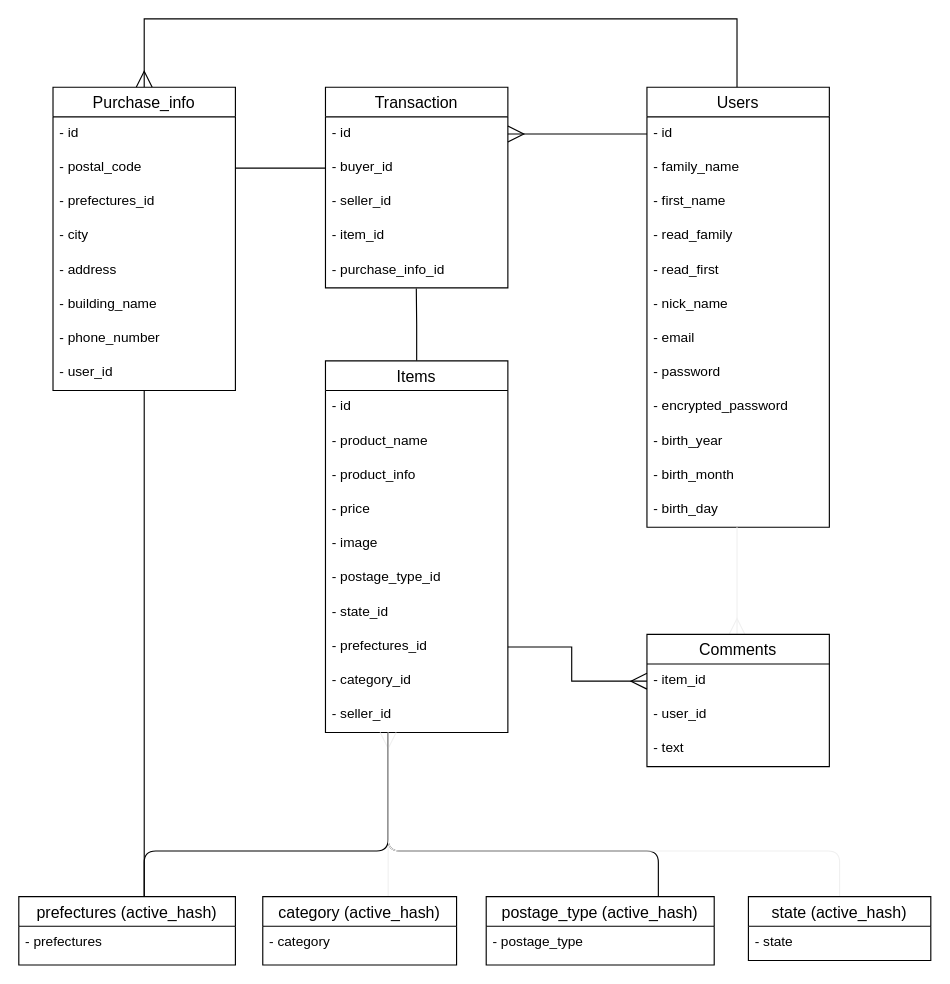
Before: erd.dio in syunryokei/furima-35656, a draw.io diagram. Source tidied: cells renumbered, new cells numbered last; positions are measured from the earlier drawing's top-left corner, leaving out a move shared by most shapes. Both pictures are drawn from the tidied source at 114%, with x=0, y=0 at pixel (18, 18).
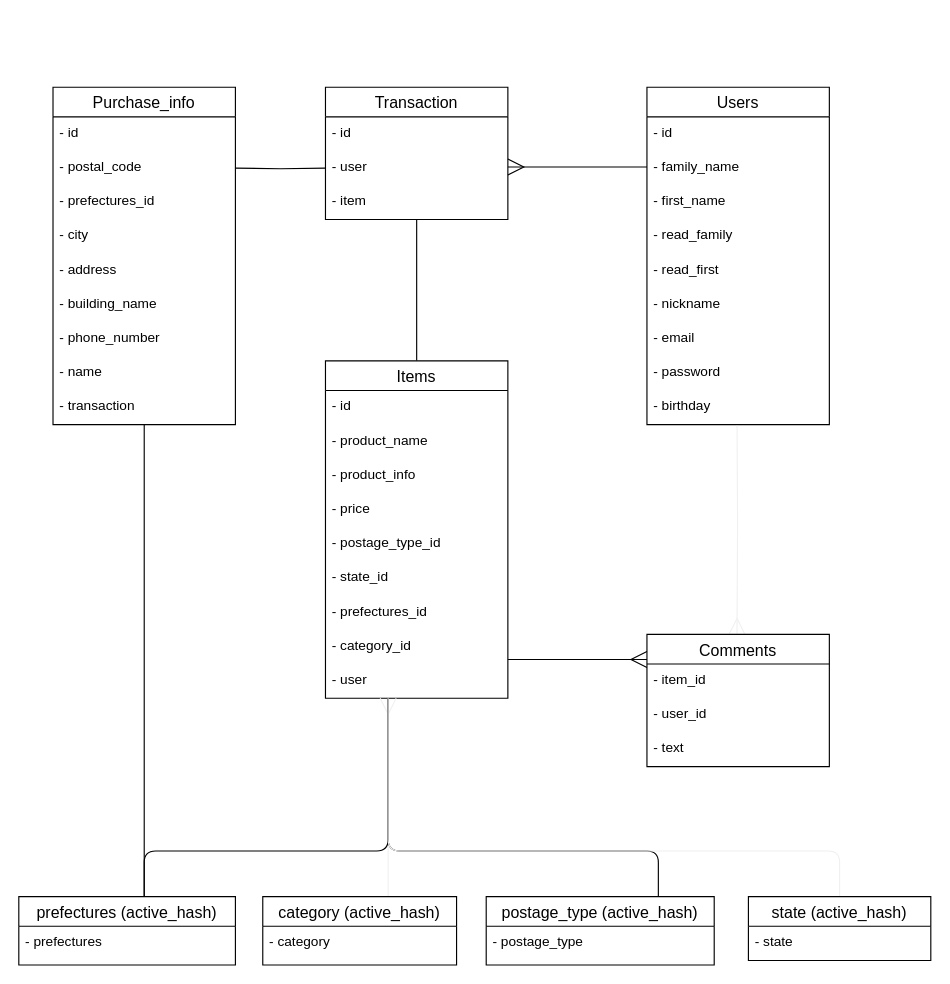
Above is the later version.

Commit message (it also covers changes not shown here):
READMEとER図の修正２

Unchanged cells that the change refers to:
```xml
<mxCell id="4" value="- id" style="text;strokeColor=none;fillColor=none;spacingLeft=4;spacingRight=4;overflow=hidden;points=[[0,0.5],[1,0.5]];portConstraint=eastwest;fontSize=12;" parent="3" vertex="1">
  <mxGeometry y="26" width="160" height="30" as="geometry" />
</mxCell>
<mxCell id="38" value="- id" style="text;strokeColor=none;fillColor=none;spacingLeft=4;spacingRight=4;overflow=hidden;points=[[0,0.5],[1,0.5]];portConstraint=eastwest;fontSize=12;" parent="37" vertex="1">
  <mxGeometry y="26" width="160" height="30" as="geometry" />
</mxCell>
<mxCell id="45" value="- item_id" style="text;strokeColor=none;fillColor=none;spacingLeft=4;spacingRight=4;overflow=hidden;points=[[0,0.5],[1,0.5]];portConstraint=eastwest;fontSize=12;" parent="44" vertex="1">
  <mxGeometry y="26" width="160" height="30" as="geometry" />
</mxCell>
<mxCell id="54" value="- postal_code" style="text;strokeColor=none;fillColor=none;spacingLeft=4;spacingRight=4;overflow=hidden;points=[[0,0.5],[1,0.5]];portConstraint=eastwest;fontSize=12;" parent="52" vertex="1">
  <mxGeometry y="56" width="160" height="30" as="geometry" />
</mxCell>
```

Diff of the diagram source:
```diff
@@
-    <mxCell id="2" style="edgeStyle=orthogonalEdgeStyle;rounded=0;jettySize=auto;html=1;endArrow=ERmany;endFill=0;entryX=0.5;entryY=0;entryDx=0;entryDy=0;endSize=12;" parent="1" edge="1" source="3" target="52">
-      <mxGeometry relative="1" as="geometry">
-        <Array as="points">
-          <mxPoint x="630" />
-          <mxPoint x="110" />
-        </Array>
-      </mxGeometry>
-    </mxCell>
     <mxCell id="3" value="Users" style="swimlane;fontStyle=0;horizontal=1;startSize=26;align=center;fontSize=14;direction=east;" parent="1" vertex="1">
-      <mxGeometry x="551" y="60" width="160" height="386" as="geometry" />
+      <mxGeometry x="551" y="60" width="160" height="296" as="geometry" />
     </mxCell>
@@
-    <mxCell id="9" value="- nick_name" style="text;strokeColor=none;fillColor=none;spacingLeft=4;spacingRight=4;overflow=hidden;fontSize=12;" parent="3" vertex="1">
+    <mxCell id="9" value="- nickname" style="text;strokeColor=none;fillColor=none;spacingLeft=4;spacingRight=4;overflow=hidden;fontSize=12;" parent="3" vertex="1">
       <mxGeometry y="176" width="160" height="30" as="geometry" />
     </mxCell>
@@
-    <mxCell id="12" value="- encrypted_password" style="text;strokeColor=none;fillColor=none;spacingLeft=4;spacingRight=4;overflow=hidden;fontSize=12;" parent="3" vertex="1">
-      <mxGeometry y="266" width="160" height="30" as="geometry" />
-    </mxCell>
-    <mxCell id="13" value="- birth_year" style="text;strokeColor=none;fillColor=none;spacingLeft=4;spacingRight=4;overflow=hidden;fontSize=12;" parent="3" vertex="1">
-      <mxGeometry y="296" width="160" height="30" as="geometry" />
-    </mxCell>
-    <mxCell id="14" value="- birth_month" style="text;strokeColor=none;fillColor=none;spacingLeft=4;spacingRight=4;overflow=hidden;fontSize=12;" parent="3" vertex="1">
-      <mxGeometry y="326" width="160" height="30" as="geometry" />
-    </mxCell>
-    <mxCell id="15" value="- birth_day" style="text;strokeColor=none;fillColor=none;spacingLeft=4;spacingRight=4;overflow=hidden;points=[[0,0.5],[1,0.5]];portConstraint=eastwest;fontSize=12;" parent="3" vertex="1">
-      <mxGeometry y="356" width="160" height="30" as="geometry" />
+    <mxCell id="15" value="- birthday" style="text;strokeColor=none;fillColor=none;spacingLeft=4;spacingRight=4;overflow=hidden;points=[[0,0.5],[1,0.5]];portConstraint=eastwest;fontSize=12;" parent="3" vertex="1">
+      <mxGeometry y="266" width="160" height="30" as="geometry" />
     </mxCell>
-    <mxCell id="16" style="edgeStyle=orthogonalEdgeStyle;rounded=0;jettySize=auto;html=1;entryX=0.498;entryY=1.022;entryDx=0;entryDy=0;entryPerimeter=0;endArrow=none;endFill=0;" parent="1" edge="1" source="17" target="42">
-      <mxGeometry relative="1" as="geometry" />
+    <mxCell id="16" style="edgeStyle=orthogonalEdgeStyle;rounded=0;orthogonalLoop=1;jettySize=auto;html=1;entryX=0.494;entryY=1;entryDx=0;entryDy=0;entryPerimeter=0;endArrow=none;endFill=0;" parent="1" edge="1">
+      <mxGeometry relative="1" as="geometry">
+        <mxPoint x="349" y="300" as="sourcePoint" />
+        <mxPoint x="349" y="176" as="targetPoint" />
+        <Array as="points">
+          <mxPoint x="349" y="270" />
+          <mxPoint x="349" y="270" />
+        </Array>
+      </mxGeometry>
     </mxCell>
     <mxCell id="17" value="Items" style="swimlane;fontStyle=0;horizontal=1;startSize=26;align=center;fontSize=14;" parent="1" vertex="1">
-      <mxGeometry x="269" y="300" width="160" height="326" as="geometry" />
+      <mxGeometry x="269" y="300" width="160" height="296" as="geometry" />
     </mxCell>
@@
-    <mxCell id="22" value="- image" style="text;strokeColor=none;fillColor=none;spacingLeft=4;spacingRight=4;overflow=hidden;fontSize=12;" parent="17" vertex="1">
-      <mxGeometry y="146" width="160" height="30" as="geometry" />
-    </mxCell>
     <mxCell id="23" value="- postage_type_id" style="text;strokeColor=none;fillColor=none;spacingLeft=4;spacingRight=4;overflow=hidden;fontSize=12;" parent="17" vertex="1">
-      <mxGeometry y="176" width="160" height="30" as="geometry" />
+      <mxGeometry y="146" width="160" height="30" as="geometry" />
     </mxCell>
     <mxCell id="24" value="- state_id" style="text;strokeColor=none;fillColor=none;spacingLeft=4;spacingRight=4;overflow=hidden;fontSize=12;" parent="17" vertex="1">
-      <mxGeometry y="206" width="160" height="30" as="geometry" />
+      <mxGeometry y="176" width="160" height="30" as="geometry" />
     </mxCell>
     <mxCell id="25" value="- prefectures_id" style="text;strokeColor=none;fillColor=none;spacingLeft=4;spacingRight=4;overflow=hidden;points=[[0,0.5],[1,0.5]];portConstraint=eastwest;fontSize=12;" parent="17" vertex="1">
-      <mxGeometry y="236" width="160" height="30" as="geometry" />
+      <mxGeometry y="206" width="160" height="30" as="geometry" />
     </mxCell>
     <mxCell id="26" value="- category_id" style="text;strokeColor=none;fillColor=none;spacingLeft=4;spacingRight=4;overflow=hidden;fontSize=12;" parent="17" vertex="1">
-      <mxGeometry y="266" width="160" height="30" as="geometry" />
+      <mxGeometry y="236" width="160" height="30" as="geometry" />
     </mxCell>
-    <mxCell id="27" value="- seller_id" style="text;strokeColor=none;fillColor=none;spacingLeft=4;spacingRight=4;overflow=hidden;points=[[0,0.5],[1,0.5]];portConstraint=eastwest;fontSize=12;" parent="17" vertex="1">
-      <mxGeometry y="296" width="160" height="30" as="geometry" />
+    <mxCell id="27" value="- user" style="text;strokeColor=none;fillColor=none;spacingLeft=4;spacingRight=4;overflow=hidden;points=[[0,0.5],[1,0.5]];portConstraint=eastwest;fontSize=12;" parent="17" vertex="1">
+      <mxGeometry y="266" width="160" height="30" as="geometry" />
     </mxCell>
@@
     <mxCell id="37" value="Transaction" style="swimlane;fontStyle=0;horizontal=1;startSize=26;align=center;fontSize=14;" parent="1" vertex="1">
-      <mxGeometry x="269" y="60" width="160" height="176" as="geometry" />
+      <mxGeometry x="269" y="60" width="160" height="116" as="geometry" />
     </mxCell>
@@
-    <mxCell id="39" value="- buyer_id" style="text;strokeColor=none;fillColor=none;spacingLeft=4;spacingRight=4;overflow=hidden;points=[[0,0.5],[1,0.5]];portConstraint=eastwest;fontSize=12;" parent="37" vertex="1">
-      <mxGeometry y="56" width="160" height="30" as="geometry" />
-    </mxCell>
-    <mxCell id="40" value="- seller_id" style="text;strokeColor=none;fillColor=none;spacingLeft=4;spacingRight=4;overflow=hidden;fontSize=12;" parent="37" vertex="1">
-      <mxGeometry y="86" width="160" height="30" as="geometry" />
+    <mxCell id="40" value="- user" style="text;strokeColor=none;fillColor=none;spacingLeft=4;spacingRight=4;overflow=hidden;fontSize=12;" parent="37" vertex="1">
+      <mxGeometry y="56" width="160" height="30" as="geometry" />
     </mxCell>
-    <mxCell id="41" value="- item_id" style="text;strokeColor=none;fillColor=none;spacingLeft=4;spacingRight=4;overflow=hidden;fontSize=12;" parent="37" vertex="1">
-      <mxGeometry y="116" width="160" height="30" as="geometry" />
+    <mxCell id="41" value="- item" style="text;strokeColor=none;fillColor=none;spacingLeft=4;spacingRight=4;overflow=hidden;fontSize=12;" parent="37" vertex="1">
+      <mxGeometry y="86" width="160" height="30" as="geometry" />
     </mxCell>
-    <mxCell id="42" value="- purchase_info_id" style="text;strokeColor=none;fillColor=none;spacingLeft=4;spacingRight=4;overflow=hidden;points=[[0,0.5],[1,0.5]];portConstraint=eastwest;fontSize=12;" parent="37" vertex="1">
-      <mxGeometry y="146" width="160" height="30" as="geometry" />
-    </mxCell>
-    <mxCell id="43" style="edgeStyle=orthogonalEdgeStyle;rounded=1;jumpSize=6;orthogonalLoop=1;jettySize=auto;html=1;startArrow=ERmany;startFill=0;endArrow=none;endFill=0;startSize=12;endSize=12;strokeColor=#f0f0f0;entryX=0.831;entryY=1;entryDx=0;entryDy=0;entryPerimeter=0;" parent="1" edge="1">
+    <mxCell id="43" style="edgeStyle=orthogonalEdgeStyle;rounded=1;jumpSize=6;jettySize=auto;html=1;startArrow=ERmany;startFill=0;endArrow=none;endFill=0;startSize=12;endSize=12;strokeColor=#f0f0f0;entryX=0.494;entryY=1.033;entryDx=0;entryDy=0;entryPerimeter=0;" parent="1" edge="1" target="15">
       <mxGeometry relative="1" as="geometry">
         <mxPoint x="630" y="540" as="sourcePoint" />
-        <mxPoint x="630" y="446" as="targetPoint" />
-        <Array as="points">
-          <mxPoint x="630" y="490" />
-          <mxPoint x="630" y="490" />
-        </Array>
       </mxGeometry>
     </mxCell>
@@
     <mxCell id="52" value="Purchase_info" style="swimlane;fontStyle=0;horizontal=1;startSize=26;align=center;fontSize=14;" parent="1" vertex="1">
-      <mxGeometry x="30" y="60" width="160" height="266" as="geometry" />
+      <mxGeometry x="30" y="60" width="160" height="296" as="geometry" />
     </mxCell>
@@
-    <mxCell id="60" value="- user_id" style="text;strokeColor=none;fillColor=none;spacingLeft=4;spacingRight=4;overflow=hidden;fontSize=12;" parent="52" vertex="1">
-      <mxGeometry y="236" width="160" height="30" as="geometry" />
-    </mxCell>
+    <mxCell id="64" value="- name" style="text;strokeColor=none;fillColor=none;spacingLeft=4;spacingRight=4;overflow=hidden;fontSize=12;" parent="52" vertex="1">
+      <mxGeometry y="236" width="160" height="30" as="geometry" />
+    </mxCell>
+    <mxCell id="65" value="- transaction" style="text;strokeColor=none;fillColor=none;spacingLeft=4;spacingRight=4;overflow=hidden;fontSize=12;" parent="52" vertex="1">
+      <mxGeometry y="266" width="160" height="30" as="geometry" />
+    </mxCell>
-    <mxCell id="61" style="edgeStyle=orthogonalEdgeStyle;rounded=0;jettySize=auto;html=1;endArrow=ERmany;endFill=0;endSize=12;" parent="1" edge="1" source="4" target="38">
-      <mxGeometry relative="1" as="geometry" />
+    <mxCell id="61" style="edgeStyle=orthogonalEdgeStyle;rounded=0;orthogonalLoop=1;jettySize=auto;html=1;endArrow=ERmany;endFill=0;endSize=12;" parent="1" edge="1">
+      <mxGeometry relative="1" as="geometry">
+        <mxPoint x="551" y="130" as="sourcePoint" />
+        <mxPoint x="429" y="130" as="targetPoint" />
+      </mxGeometry>
     </mxCell>
-    <mxCell id="62" style="edgeStyle=orthogonalEdgeStyle;rounded=0;jettySize=auto;html=1;entryX=1;entryY=0.5;entryDx=0;entryDy=0;endArrow=none;endFill=0;" parent="1" edge="1" source="39" target="54">
-      <mxGeometry relative="1" as="geometry" />
+    <mxCell id="62" style="edgeStyle=orthogonalEdgeStyle;rounded=0;jettySize=auto;html=1;entryX=1;entryY=0.5;entryDx=0;entryDy=0;endArrow=none;endFill=0;" parent="1" edge="1" target="54">
+      <mxGeometry relative="1" as="geometry">
+        <mxPoint x="269" y="131" as="sourcePoint" />
+      </mxGeometry>
     </mxCell>
-    <mxCell id="63" style="edgeStyle=orthogonalEdgeStyle;rounded=0;jettySize=auto;html=1;entryX=0;entryY=0.5;entryDx=0;entryDy=0;endArrow=ERmany;endFill=0;endSize=12;exitX=1;exitY=0.5;exitDx=0;exitDy=0;" parent="1" edge="1" source="25" target="45">
-      <mxGeometry relative="1" as="geometry" />
+    <mxCell id="63" style="edgeStyle=orthogonalEdgeStyle;rounded=0;orthogonalLoop=1;jettySize=auto;html=1;entryX=0;entryY=0.5;entryDx=0;entryDy=0;endArrow=ERmany;endFill=0;endSize=12;" parent="1" edge="1">
+      <mxGeometry relative="1" as="geometry">
+        <mxPoint x="429" y="562" as="sourcePoint" />
+        <mxPoint x="551" y="562" as="targetPoint" />
+        <Array as="points">
+          <mxPoint x="460" y="562" />
+          <mxPoint x="460" y="562" />
+        </Array>
+      </mxGeometry>
     </mxCell>
```
